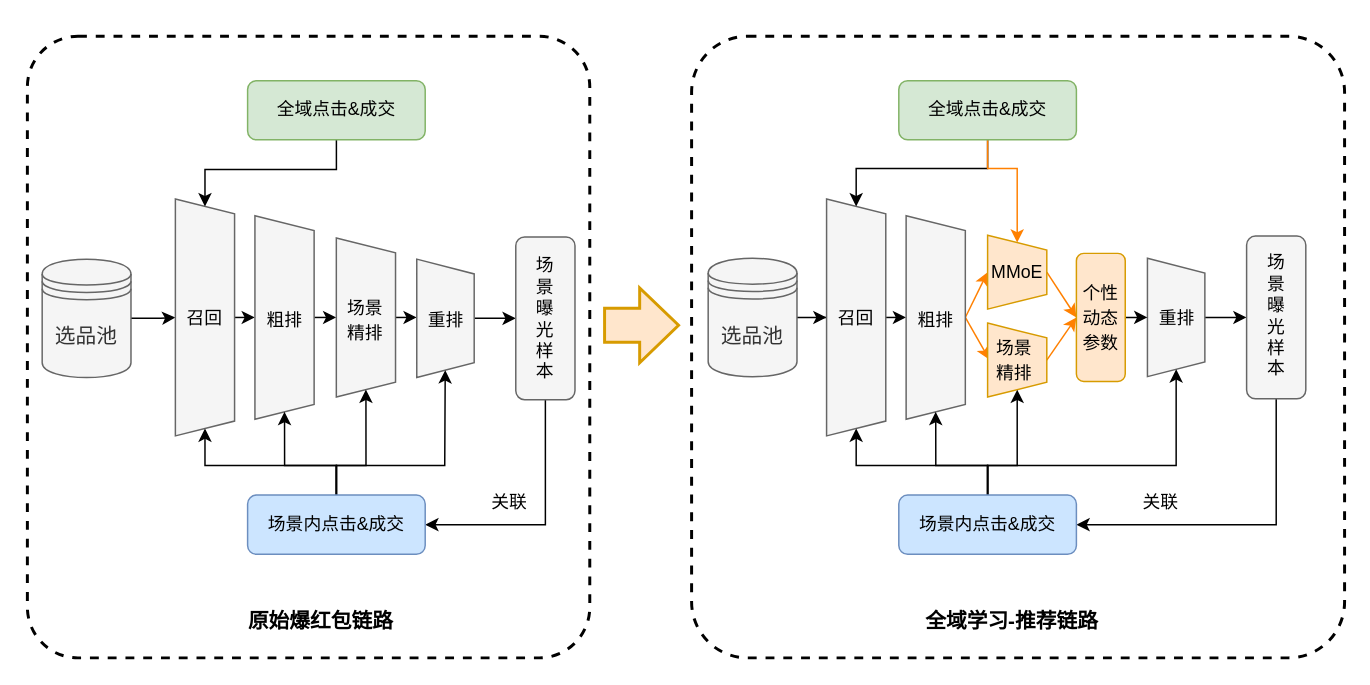
This is 全域学习伪样本.drawio from cosinalee/HeteroGraph, a draw.io file, before an edit. Source tidied: cells renumbered, new cells numbered last; positions are measured from the earlier drawing's top-left corner, leaving out a move shared by most shapes. Both pictures are drawn from the tidied source at 148%, with x=0, y=0 at pixel (27, 36).
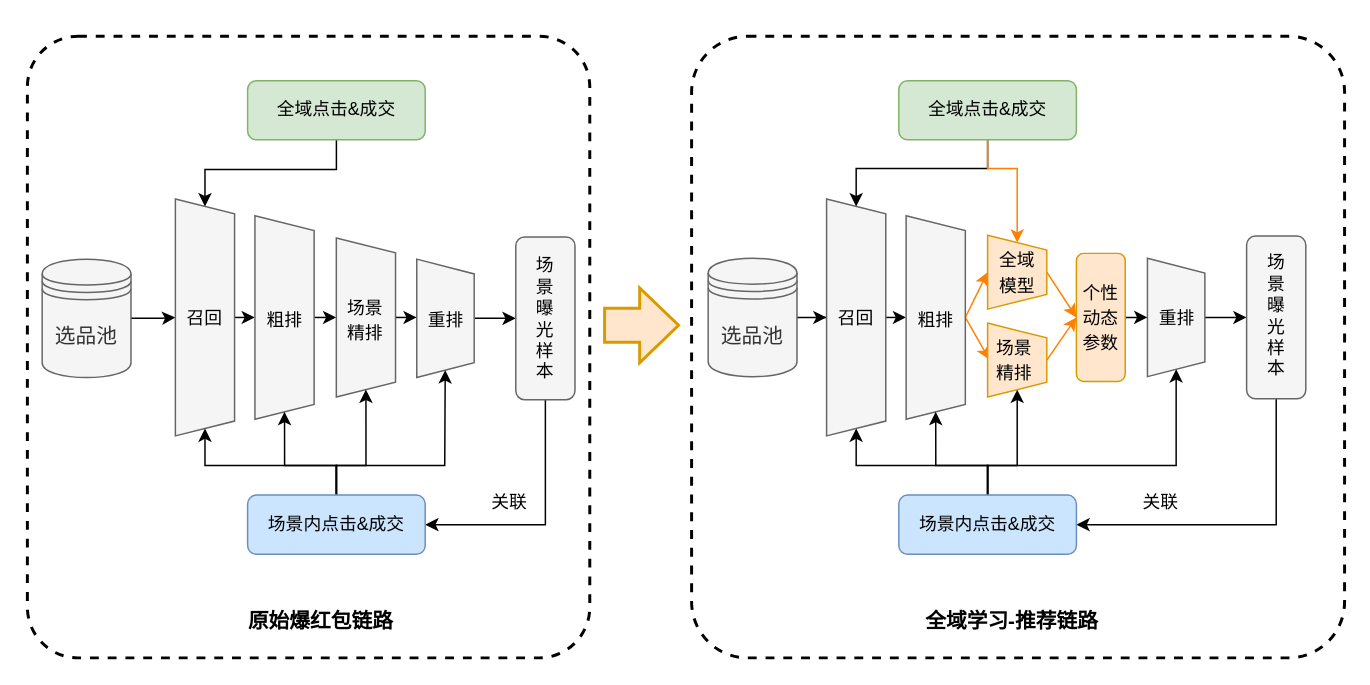
Above is the later version.

Commit message:
更新全域学习伪样本.drawio

The edit, as a diff of the source:
```diff
@@
-    <mxCell id="58" value="&lt;span style=&quot;font-size: 12px;&quot;&gt;MMoE&lt;/span&gt;" style="text;html=1;strokeColor=none;fillColor=none;align=center;verticalAlign=middle;whiteSpace=wrap;rounded=0;fontSize=14;" parent="1" vertex="1">
+    <mxCell id="58" value="&lt;span style=&quot;font-size: 12px;&quot;&gt;全域模型&lt;/span&gt;" style="text;html=1;strokeColor=none;fillColor=none;align=center;verticalAlign=middle;whiteSpace=wrap;rounded=0;fontSize=14;" parent="1" vertex="1">
       <mxGeometry x="651.6" y="146.6" width="34.4" height="25.6" as="geometry" />
     </mxCell>
```
